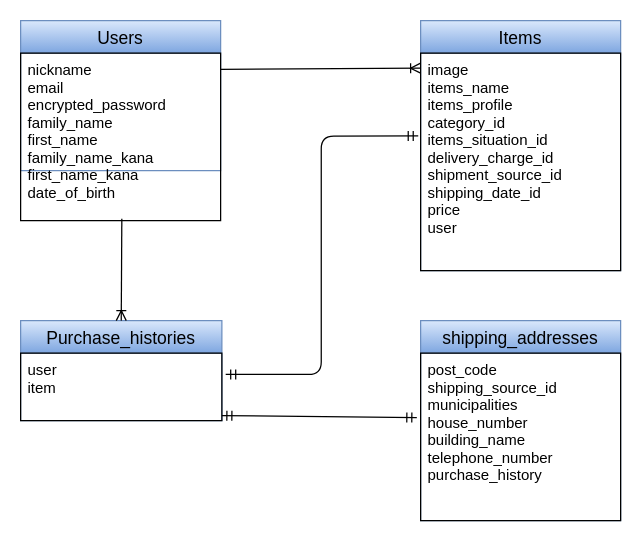
chiharu05/furima-37257 keeps this draw.io diagram as furima-37257.dio. Above is the earlier version. Source tidied: cells renumbered, new cells numbered last; positions are measured from the earlier drawing's top-left corner, leaving out a move shared by most shapes. Both pictures are drawn from the tidied source at 125%, with x=0, y=0 at pixel (20, 20).
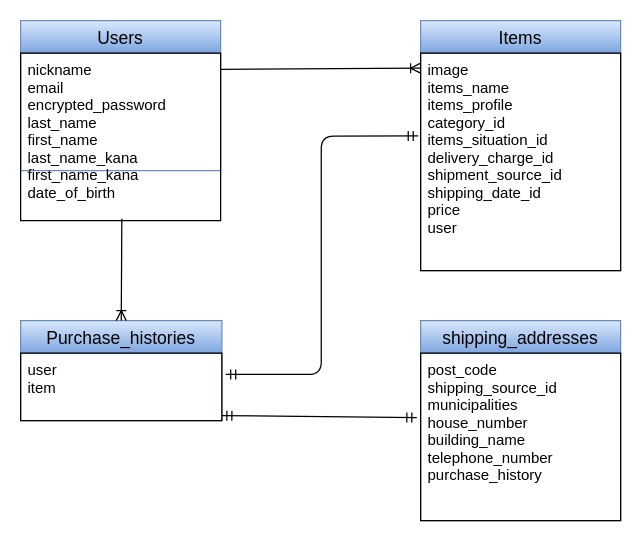
The same diagram, later.

What changed in the source:
```diff
@@
 <mxGraphModel background="#ffffff">
   <root>
     <mxCell id="0" />
     <mxCell id="1" parent="0" />
     <mxCell id="2" value="Users" style="swimlane;fontStyle=0;horizontal=1;startSize=26;align=center;fontSize=14;fillColor=#dae8fc;strokeColor=#6c8ebf;gradientColor=#7ea6e0;fontColor=#000000;" parent="1" vertex="1">
       <mxGeometry width="160" height="120" as="geometry" />
     </mxCell>
     <mxCell id="3" value="Purchase_histories" style="swimlane;fontStyle=0;horizontal=1;startSize=26;align=center;fontSize=14;fillColor=#dae8fc;strokeColor=#6c8ebf;gradientColor=#7ea6e0;fontColor=#000000;" parent="1" vertex="1">
       <mxGeometry y="240" width="161" height="80" as="geometry" />
     </mxCell>
     <mxCell id="4" value="user&#10;item" style="text;fillColor=none;spacingLeft=4;spacingRight=4;overflow=hidden;points=[[0,0.5],[1,0.5]];portConstraint=eastwest;fontSize=12;fontColor=#000000;labelBorderColor=none;strokeColor=#000000;" parent="3" vertex="1">
       <mxGeometry y="26" width="161" height="54" as="geometry" />
     </mxCell>
     <mxCell id="5" value="Items" style="swimlane;fontStyle=0;horizontal=1;startSize=26;align=center;fontSize=14;gradientColor=#7ea6e0;fillColor=#dae8fc;strokeColor=#6c8ebf;fontColor=#000000;" parent="1" vertex="1">
       <mxGeometry x="320" width="160" height="200" as="geometry" />
     </mxCell>
     <mxCell id="6" value="image&#10;items_name&#10;items_profile&#10;category_id&#10;items_situation_id&#10;delivery_charge_id&#10;shipment_source_id&#10;shipping_date_id&#10;price&#10;user" style="text;fillColor=none;spacingLeft=4;spacingRight=4;overflow=hidden;points=[[0,0.5],[1,0.5]];portConstraint=eastwest;fontSize=12;fontColor=#000000;labelBorderColor=none;strokeColor=#000000;" parent="5" vertex="1">
       <mxGeometry y="26" width="160" height="174" as="geometry" />
     </mxCell>
     <mxCell id="7" value="shipping_addresses" style="swimlane;fontStyle=0;horizontal=1;startSize=26;align=center;fontSize=14;gradientColor=#7ea6e0;fillColor=#dae8fc;strokeColor=#6c8ebf;fontColor=#000000;" parent="1" vertex="1">
       <mxGeometry x="320" y="240" width="160" height="160" as="geometry" />
     </mxCell>
     <mxCell id="8" value="post_code&#10;shipping_source_id&#10;municipalities&#10;house_number&#10;building_name&#10;telephone_number&#10;purchase_history" style="text;fillColor=none;spacingLeft=4;spacingRight=4;overflow=hidden;points=[[0,0.5],[1,0.5]];portConstraint=eastwest;fontSize=12;fontColor=#000000;labelBorderColor=none;strokeColor=#000000;" parent="7" vertex="1">
       <mxGeometry y="26" width="160" height="134" as="geometry" />
     </mxCell>
     <mxCell id="9" style="fontSize=12;html=1;endArrow=ERoneToMany;strokeColor=#000000;entryX=0.5;entryY=0;entryDx=0;entryDy=0;exitX=0.506;exitY=0.989;exitDx=0;exitDy=0;exitPerimeter=0;" parent="1" edge="1" source="12" target="3">
       <mxGeometry relative="1" as="geometry" />
     </mxCell>
     <mxCell id="10" style="fontSize=12;html=1;endArrow=ERoneToMany;strokeColor=#000000;exitX=1;exitY=0.097;exitDx=0;exitDy=0;exitPerimeter=0;entryX=0;entryY=0.069;entryDx=0;entryDy=0;entryPerimeter=0;" parent="1" edge="1" source="12" target="6">
       <mxGeometry relative="1" as="geometry" />
     </mxCell>
     <mxCell id="11" style="fontSize=12;html=1;endArrow=ERmandOne;startArrow=ERmandOne;strokeColor=#000000;exitX=1;exitY=0.926;exitDx=0;exitDy=0;exitPerimeter=0;entryX=-0.019;entryY=0.385;entryDx=0;entryDy=0;entryPerimeter=0;" parent="1" edge="1" source="4" target="8">
       <mxGeometry relative="1" as="geometry" />
     </mxCell>
-    <mxCell id="12" value="nickname&#10;email&#10;encrypted_password&#10;family_name&#10;first_name&#10;family_name_kana&#10;first_name_kana&#10;date_of_birth" style="text;fillColor=none;spacingLeft=4;spacingRight=4;overflow=hidden;points=[[0,0.5],[1,0.5]];portConstraint=eastwest;fontSize=12;fontColor=#000000;labelBorderColor=none;strokeColor=#000000;" parent="1" vertex="1">
+    <mxCell id="12" value="nickname&#10;email&#10;encrypted_password&#10;last_name&#10;first_name&#10;last_name_kana&#10;first_name_kana&#10;date_of_birth" style="text;fillColor=none;spacingLeft=4;spacingRight=4;overflow=hidden;points=[[0,0.5],[1,0.5]];portConstraint=eastwest;fontSize=12;fontColor=#000000;labelBorderColor=none;strokeColor=#000000;" parent="1" vertex="1">
       <mxGeometry y="26" width="160" height="134" as="geometry" />
     </mxCell>
     <mxCell id="13" style="edgeStyle=orthogonalEdgeStyle;fontSize=12;html=1;endArrow=ERmandOne;startArrow=ERmandOne;strokeColor=#000000;exitX=1.019;exitY=0.315;exitDx=0;exitDy=0;exitPerimeter=0;entryX=-0.012;entryY=0.381;entryDx=0;entryDy=0;entryPerimeter=0;" parent="1" edge="1" source="4" target="6">
       <mxGeometry relative="1" as="geometry" />
     </mxCell>
   </root>
 </mxGraphModel>
```
